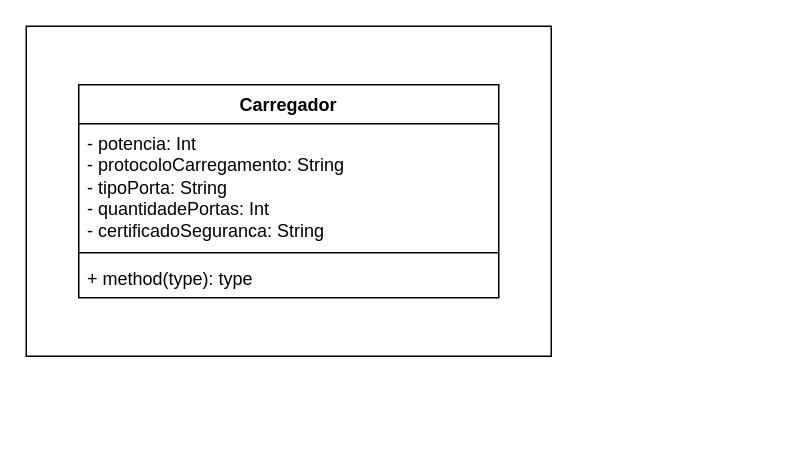
Before: diagramaCarregador.drawio in prmarinho/fiap-poo, a draw.io diagram. Source tidied: cells renumbered, new cells numbered last; positions are measured from the earlier drawing's top-left corner, leaving out a move shared by most shapes. Both pictures are drawn from the tidied source at 150%, with x=0, y=0 at pixel (26, 26).
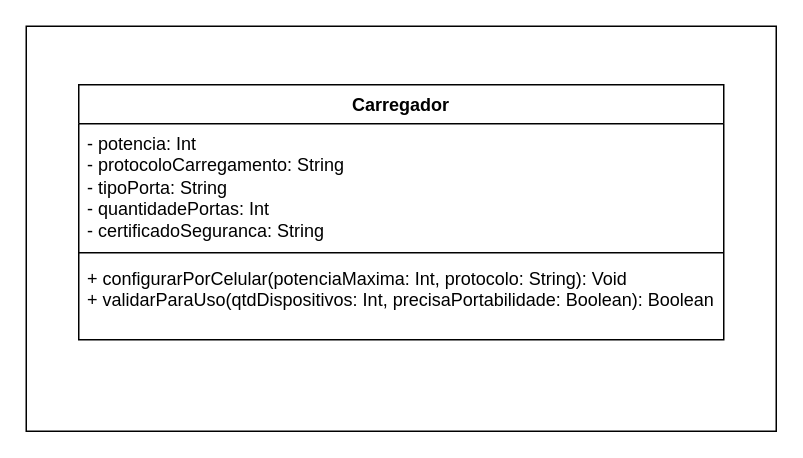
After the change.

Diff of the diagram source:
```diff
@@
 <mxGraphModel>
   <root>
     <mxCell id="0" />
     <mxCell id="1" parent="0" />
     <mxCell id="2" style="rounded=0;whiteSpace=wrap;html=1;" parent="1" vertex="1">
-      <mxGeometry width="350" height="220" as="geometry" />
+      <mxGeometry width="500" height="270" as="geometry" />
     </mxCell>
     <mxCell id="3" value="Carregador" style="swimlane;fontStyle=1;align=center;verticalAlign=top;horizontal=1;startSize=26;whiteSpace=wrap;html=1;" parent="1" vertex="1">
-      <mxGeometry x="35" y="39" width="280" height="142" as="geometry" />
+      <mxGeometry x="35" y="39" width="430" height="170" as="geometry" />
     </mxCell>
     <mxCell id="4" value="- potencia: Int&lt;div&gt;- protocoloCarregamento: String&lt;/div&gt;&lt;div&gt;- tipoPorta: String&lt;/div&gt;&lt;div&gt;- quantidadePortas: Int&lt;/div&gt;&lt;div&gt;- certificadoSeguranca: String&lt;/div&gt;" style="text;strokeColor=none;fillColor=none;align=left;verticalAlign=top;spacingLeft=4;spacingRight=4;overflow=hidden;whiteSpace=wrap;html=1;" parent="3" vertex="1">
-      <mxGeometry y="26" width="280" height="82" as="geometry" />
+      <mxGeometry y="26" width="430" height="82" as="geometry" />
     </mxCell>
     <mxCell id="5" style="line;strokeWidth=1;fillColor=none;align=left;verticalAlign=middle;spacingTop=-1;spacingLeft=3;spacingRight=3;labelPosition=right;strokeColor=inherit;" parent="3" vertex="1">
-      <mxGeometry y="108" width="280" height="8" as="geometry" />
+      <mxGeometry y="108" width="430" height="8" as="geometry" />
     </mxCell>
-    <mxCell id="6" value="+ method(type): type" style="text;strokeColor=none;fillColor=none;align=left;verticalAlign=top;spacingLeft=4;spacingRight=4;overflow=hidden;whiteSpace=wrap;html=1;" parent="3" vertex="1">
-      <mxGeometry y="116" width="280" height="26" as="geometry" />
+    <mxCell id="6" value="+ configurarPorCelular(potenciaMaxima: Int, protocolo: String): Void&lt;div&gt;+ validarParaUso(qtdDispositivos: Int, precisaPortabilidade: Boolean): Boolean&lt;/div&gt;" style="text;strokeColor=none;fillColor=none;align=left;verticalAlign=top;spacingLeft=4;spacingRight=4;overflow=hidden;whiteSpace=wrap;html=1;" parent="3" vertex="1">
+      <mxGeometry y="116" width="430" height="54" as="geometry" />
     </mxCell>
   </root>
 </mxGraphModel>
```
